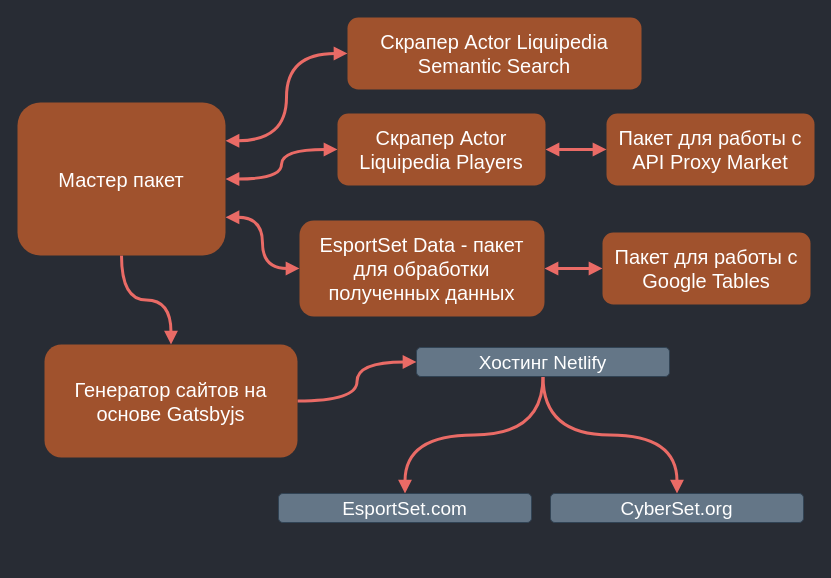
ganevdev/gatsby-theme-ganevru keeps this draw.io diagram as page "0" (1 of 2) of websites/ru/content/posts/how-esportset-works/how-esportset-works.drawio. Above is the earlier version. Source tidied: cells renumbered, new cells numbered last; positions are measured from the earlier drawing's top-left corner, leaving out a move shared by most shapes. Both pictures are drawn from the tidied source at 100%, with x=0, y=0 at pixel (17, 17).
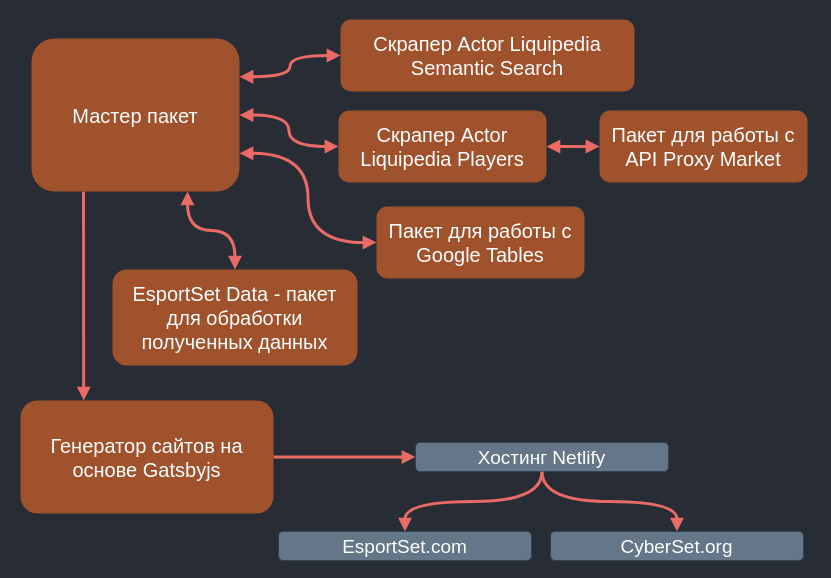
The same diagram, later.

Commit message (it also covers changes not shown here):
how-esportset-works-EsportSet-Data

Change to the diagram source:
```diff
@@
-    <mxCell id="4" style="edgeStyle=orthogonalEdgeStyle;curved=1;rounded=0;jettySize=auto;html=1;startArrow=block;startFill=1;endArrow=block;endFill=1;strokeColor=#EA6B66;strokeWidth=3;fillColor=#a0522d;fontColor=#ffffff;exitX=0;exitY=0.25;exitDx=0;exitDy=0;" parent="1" edge="1" source="6" target="15">
+    <mxCell id="4" style="edgeStyle=orthogonalEdgeStyle;curved=1;rounded=0;jettySize=auto;html=1;startArrow=block;startFill=1;endArrow=block;endFill=1;strokeColor=#EA6B66;strokeWidth=3;fillColor=#a0522d;fontColor=#ffffff;exitX=0.25;exitY=0;exitDx=0;exitDy=0;" parent="1" edge="1" source="6" target="15">
       <mxGeometry relative="1" as="geometry" />
     </mxCell>
-    <mxCell id="5" style="edgeStyle=orthogonalEdgeStyle;curved=1;rounded=0;jettySize=auto;html=1;startArrow=none;startFill=0;endArrow=block;endFill=1;strokeColor=#EA6B66;strokeWidth=3;fillColor=#a0522d;fontColor=#ffffff;exitX=0.5;exitY=0;exitDx=0;exitDy=0;entryX=0.5;entryY=1;entryDx=0;entryDy=0;" parent="1" edge="1" source="6" target="8">
+    <mxCell id="5" style="edgeStyle=orthogonalEdgeStyle;curved=1;rounded=0;jettySize=auto;html=1;startArrow=none;startFill=0;endArrow=block;endFill=1;strokeColor=#EA6B66;strokeWidth=3;fillColor=#a0522d;fontColor=#ffffff;exitX=0.75;exitY=0;exitDx=0;exitDy=0;entryX=0.75;entryY=1;entryDx=0;entryDy=0;" parent="1" edge="1" source="6" target="8">
       <mxGeometry relative="1" as="geometry" />
     </mxCell>
+    <mxCell id="21" style="edgeStyle=orthogonalEdgeStyle;curved=1;rounded=0;jettySize=auto;html=1;exitX=0;exitY=0.25;exitDx=0;exitDy=0;entryX=1;entryY=0.5;entryDx=0;entryDy=0;startFill=1;endArrow=block;endFill=1;strokeColor=#EA6B66;strokeWidth=3;fillColor=#a0522d;fontSize=22;fontColor=#FFFFFF;startArrow=block;" parent="1" edge="1" source="6" target="16">
+      <mxGeometry relative="1" as="geometry" />
+    </mxCell>
     <mxCell id="6" value="&lt;p&gt;&lt;span style=&quot;white-space: normal ; font-size: 20px ; text-align: left&quot;&gt;Мастер пакет&lt;/span&gt;&lt;/p&gt;" style="rounded=1;whiteSpace=wrap;html=1;fillColor=#a0522d;strokeColor=none;fontColor=#ffffff;glass=0;flipV=1;flipH=0;direction=west;" parent="1" vertex="1">
-      <mxGeometry y="85" width="208" height="153" as="geometry" />
+      <mxGeometry x="14" y="21" width="208" height="153" as="geometry" />
     </mxCell>
@@
-    <mxCell id="8" value="&lt;p&gt;&lt;span style=&quot;font-size: 20px ; text-align: left&quot;&gt;Генератор сайтов на основе Gatsbyjs&lt;/span&gt;&lt;br&gt;&lt;/p&gt;" style="rounded=1;whiteSpace=wrap;html=1;fillColor=#a0522d;strokeColor=none;fontColor=#ffffff;glass=0;flipV=1;flipH=0;direction=west;" parent="1" vertex="1">
-      <mxGeometry x="27" y="327" width="253" height="113" as="geometry" />
-    </mxCell>
-    <mxCell id="9" style="edgeStyle=orthogonalEdgeStyle;curved=1;rounded=0;jettySize=auto;html=1;startArrow=none;startFill=0;endArrow=block;endFill=1;strokeColor=#EA6B66;strokeWidth=3;fillColor=#a0522d;fontColor=#ffffff;exitX=0.5;exitY=0;exitDx=0;exitDy=0;" parent="1" edge="1" source="11" target="12">
-      <mxGeometry relative="1" as="geometry" />
-    </mxCell>
@@
     <mxCell id="11" value="&lt;div style=&quot;font-size: 19px ; line-height: 29px ; white-space: pre&quot;&gt;Хостинг Netlify&lt;/div&gt;" style="rounded=1;whiteSpace=wrap;html=1;fillColor=#647687;strokeColor=#314354;fontColor=#ffffff;glass=0;flipV=1;flipH=0;direction=west;" parent="1" vertex="1">
-      <mxGeometry x="399" y="330" width="253" height="29" as="geometry" />
+      <mxGeometry x="398" y="425" width="253" height="29" as="geometry" />
     </mxCell>
     <mxCell id="12" value="&lt;div style=&quot;font-size: 19px ; line-height: 29px ; white-space: pre&quot;&gt;&lt;div style=&quot;line-height: 29px&quot;&gt;EsportSet.com&lt;/div&gt;&lt;/div&gt;" style="rounded=1;whiteSpace=wrap;html=1;fillColor=#647687;strokeColor=#314354;fontColor=#ffffff;glass=0;flipV=1;flipH=0;direction=west;" parent="1" vertex="1">
-      <mxGeometry x="261" y="476" width="253" height="29" as="geometry" />
+      <mxGeometry x="261" y="514" width="253" height="29" as="geometry" />
     </mxCell>
     <mxCell id="13" value="&lt;p&gt;&lt;span style=&quot;font-size: 20px ; text-align: left&quot;&gt;Пакет для работы с API Proxy Market&lt;/span&gt;&lt;br&gt;&lt;/p&gt;" style="rounded=1;whiteSpace=wrap;html=1;fillColor=#a0522d;strokeColor=none;fontColor=#ffffff;glass=0;flipV=1;flipH=0;direction=west;" parent="1" vertex="1">
-      <mxGeometry x="589" y="96" width="208" height="72" as="geometry" />
+      <mxGeometry x="582" y="93" width="208" height="72" as="geometry" />
     </mxCell>
-    <mxCell id="14" style="edgeStyle=orthogonalEdgeStyle;curved=1;rounded=0;jettySize=auto;html=1;startArrow=block;startFill=1;endArrow=block;endFill=1;strokeColor=#EA6B66;strokeWidth=3;fillColor=#a0522d;fontColor=#ffffff;" parent="1" edge="1" source="15" target="16">
-      <mxGeometry relative="1" as="geometry" />
-    </mxCell>
     <mxCell id="15" value="&lt;p&gt;&lt;span style=&quot;font-size: 20px ; text-align: left&quot;&gt;EsportSet Data - пакет для обработки полученных данных&lt;/span&gt;&lt;br&gt;&lt;/p&gt;" style="rounded=1;whiteSpace=wrap;html=1;fillColor=#a0522d;strokeColor=none;fontColor=#ffffff;glass=0;flipV=1;flipH=0;direction=west;" parent="1" vertex="1">
-      <mxGeometry x="282" y="203" width="245" height="96" as="geometry" />
+      <mxGeometry x="95" y="252" width="245" height="96" as="geometry" />
     </mxCell>
     <mxCell id="16" value="&lt;p&gt;&lt;span style=&quot;font-size: 20px ; text-align: left&quot;&gt;Пакет для работы с Google Tables&lt;/span&gt;&lt;br&gt;&lt;/p&gt;" style="rounded=1;whiteSpace=wrap;html=1;fillColor=#a0522d;strokeColor=none;fontColor=#ffffff;glass=0;flipV=1;flipH=0;direction=west;" parent="1" vertex="1">
-      <mxGeometry x="585" y="215" width="208" height="72" as="geometry" />
+      <mxGeometry x="359" y="189" width="208" height="72" as="geometry" />
     </mxCell>
@@
     <mxCell id="18" value="&lt;p&gt;&lt;span style=&quot;font-size: 20px ; text-align: left&quot;&gt;Скрапер Actor Liquipedia Players&lt;/span&gt;&lt;br&gt;&lt;/p&gt;" style="rounded=1;whiteSpace=wrap;html=1;fillColor=#a0522d;strokeColor=none;fontColor=#ffffff;glass=0;flipV=1;flipH=0;direction=west;" parent="1" vertex="1">
-      <mxGeometry x="320" y="96" width="208" height="72" as="geometry" />
+      <mxGeometry x="321" y="93" width="208" height="72" as="geometry" />
     </mxCell>
     <mxCell id="19" value="&lt;p&gt;&lt;span style=&quot;font-size: 20px ; text-align: left&quot;&gt;Скрапер Actor Liquipedia Semantic Search&lt;/span&gt;&lt;br&gt;&lt;/p&gt;" style="rounded=1;whiteSpace=wrap;html=1;fillColor=#a0522d;strokeColor=none;fontColor=#ffffff;glass=0;flipV=1;flipH=0;direction=west;" parent="1" vertex="1">
-      <mxGeometry x="330" width="294" height="72" as="geometry" />
+      <mxGeometry x="323" y="2" width="294" height="72" as="geometry" />
     </mxCell>
     <mxCell id="20" value="&lt;div style=&quot;font-size: 19px ; line-height: 29px ; white-space: pre&quot;&gt;&lt;div style=&quot;line-height: 29px&quot;&gt;CyberSet.org&lt;/div&gt;&lt;/div&gt;" style="rounded=1;whiteSpace=wrap;html=1;fillColor=#647687;strokeColor=#314354;fontColor=#ffffff;glass=0;flipV=1;flipH=0;direction=west;" parent="1" vertex="1">
-      <mxGeometry x="533" y="476" width="253" height="29" as="geometry" />
+      <mxGeometry x="533" y="514" width="253" height="29" as="geometry" />
     </mxCell>
+    <mxCell id="8" value="&lt;p&gt;&lt;span style=&quot;font-size: 20px ; text-align: left&quot;&gt;Генератор сайтов на основе Gatsbyjs&lt;/span&gt;&lt;br&gt;&lt;/p&gt;" style="rounded=1;whiteSpace=wrap;html=1;fillColor=#a0522d;strokeColor=none;fontColor=#ffffff;glass=0;flipV=1;flipH=0;direction=west;" parent="1" vertex="1">
+      <mxGeometry x="3" y="383" width="253" height="113" as="geometry" />
+    </mxCell>
+    <mxCell id="9" style="edgeStyle=orthogonalEdgeStyle;curved=1;rounded=0;jettySize=auto;html=1;startArrow=none;startFill=0;endArrow=block;endFill=1;strokeColor=#EA6B66;strokeWidth=3;fillColor=#a0522d;fontColor=#ffffff;exitX=0.5;exitY=0;exitDx=0;exitDy=0;" parent="1" edge="1" source="11" target="12">
+      <mxGeometry relative="1" as="geometry" />
+    </mxCell>
```
